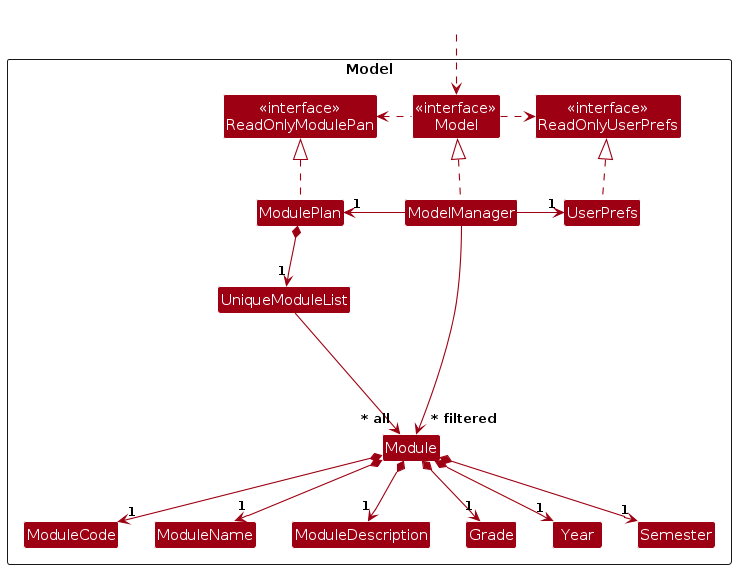
Before: diagrams/ModelClassDiagram.png, a diagram exported from PlantUML (ji-just-ji/tp). Its source is kept beside it as diagrams/ModelClassDiagram.puml.
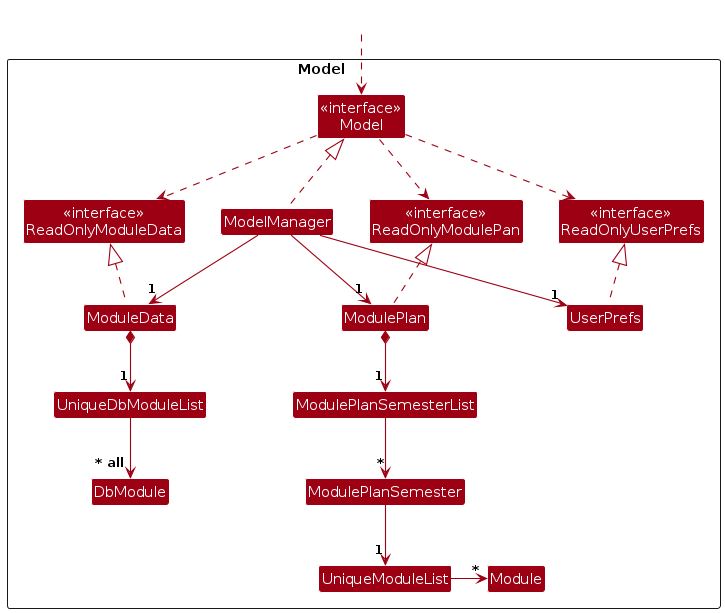
The same diagram one commit later.

What changed in the source:
```diff
@@ -4,24 +4,26 @@
 skinparam arrowColor MODEL_COLOR
 skinparam classBackgroundColor MODEL_COLOR
 
-Package Model as ModelPackage <<Rectangle>>{
-Class "<<interface>>\nReadOnlyModulePan" as ReadOnlyModulePlan
+Package "Model                 " as ModelPackage <<Rectangle>>{
+Class "<<interface>>\nModel" as Model
+Class ModelManager
+
 Class "<<interface>>\nReadOnlyUserPrefs" as ReadOnlyUserPrefs
-Class "<<interface>>\nModel" as Model
-Class ModulePlan
-Class ModelManager
+Class ReadOnlyUserPrefs
 Class UserPrefs
 
+Class "<<interface>>\nReadOnlyModulePan" as ReadOnlyModulePlan
+Class ReadOnlyModulePlan
+Class ModulePlan
+Class ModulePlanSemesterList
+Class ModulePlanSemester
 Class UniqueModuleList
 Class Module
-Class ModuleDescription
-Class Grade
-Class ModuleCode
-Class ModuleName
-Class Year
-Class Semester
 
-Class I #FFFFFF
+Class "<<interface>>\nReadOnlyModuleData" as ReadOnlyModuleData
+Class ModuleData
+Class UniqueDbModuleList
+Class DbModule
 }
 
 Class HiddenOutside #FFFFFF
@@ -30,27 +32,23 @@
 ModulePlan .up.|> ReadOnlyModulePlan
 
 ModelManager .up.|> Model
-Model .right.> ReadOnlyUserPrefs
-Model .left.> ReadOnlyModulePlan
-ModelManager -left-> "1" ModulePlan
-ModelManager -right-> "1" UserPrefs
+Model ..> ReadOnlyUserPrefs
+Model ..> ReadOnlyModulePlan
+Model ..> ReadOnlyModuleData
+ModelManager --> "1" ModulePlan
+ModelManager --> "1" UserPrefs
+ModelManager --> "1" ModuleData
+ModuleData .up.|> ReadOnlyModuleData
 UserPrefs .up.|> ReadOnlyUserPrefs
 
-ModulePlan *--> "1" UniqueModuleList
-UniqueModuleList --> "~* all" Module
-Module *--> "1" ModuleCode
-Module *--> "1" ModuleName
-Module *--> "1" Grade
-Module *--> "1" ModuleDescription
-Module *--> "1" Year
-Module *--> "1" Semester
+ModulePlan *--> "1" ModulePlanSemesterList
+ModulePlanSemesterList --> "~*" ModulePlanSemester
+ModulePlanSemester --> "1" UniqueModuleList
+ModuleData *--> "1" UniqueDbModuleList
+UniqueDbModuleList --> "~* all" DbModule
+UniqueModuleList -> "~*" Module
 
-Module -[hidden]up--> I
-UniqueModuleList -[hidden]right-> I
-
-ModuleCode -[hidden]right-> ModuleName
-ModuleName -[hidden]right-> ModuleDescription
-ModuleDescription -[hidden]right-> Grade
-
-ModelManager --> "~* filtered" Module
+ReadOnlyModuleData -[hidden]right--> ModelManager
+ModelManager -[hidden]right--> ReadOnlyModulePlan
+ReadOnlyModulePlan -[hidden]right--> ReadOnlyUserPrefs
 @enduml
```
